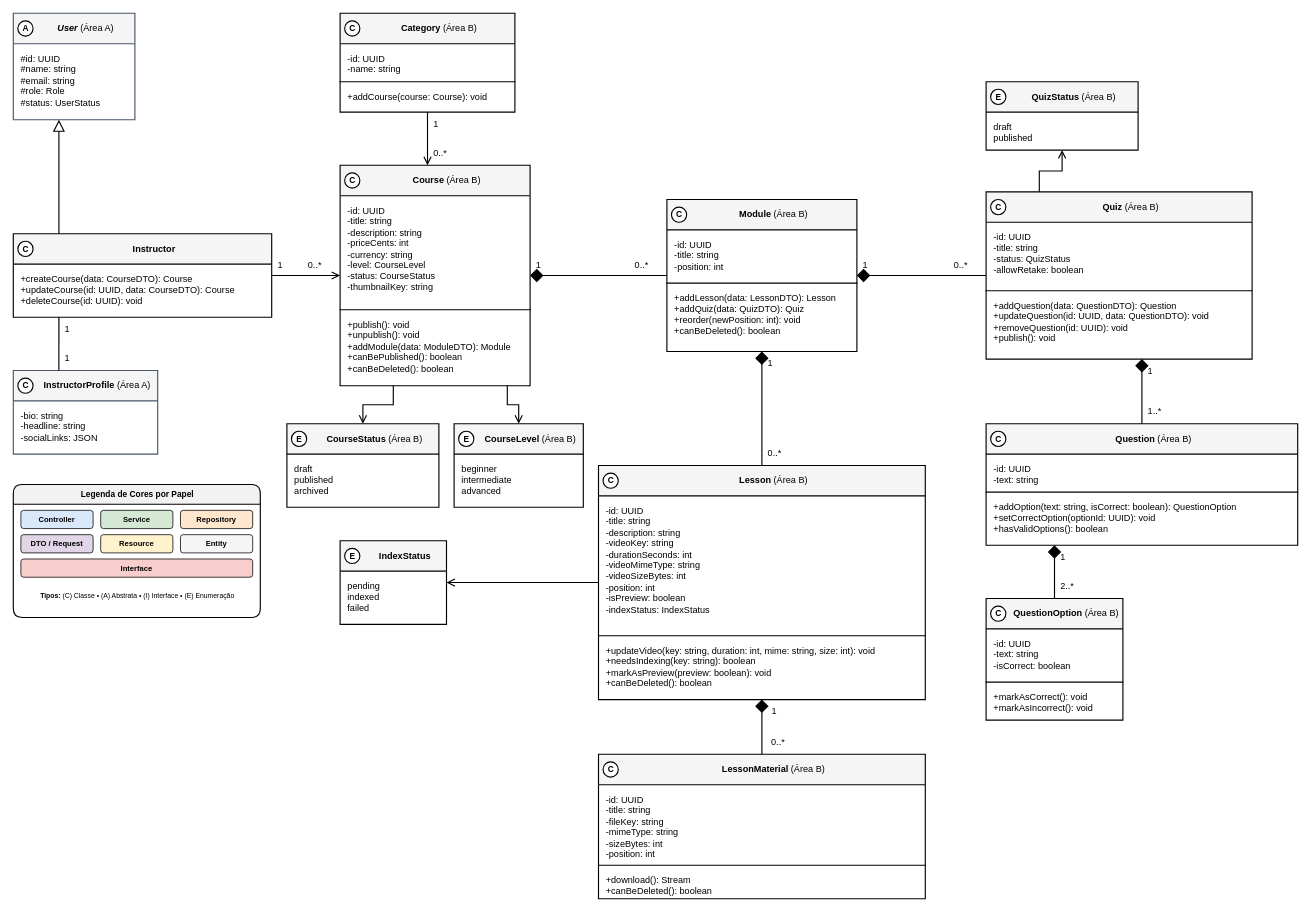
This is especificacao/diagramas/13-classes-area-b-negocial.drawio from Plataforma-de-Cursos-TCC/plataforma-cursos-docs, a draw.io file, before an edit. Source tidied: cells renumbered, new cells numbered last; positions are measured from the earlier drawing's top-left corner, leaving out a move shared by most shapes. Both pictures are drawn from the tidied source at 76%, with x=0, y=0 at pixel (13, 13).
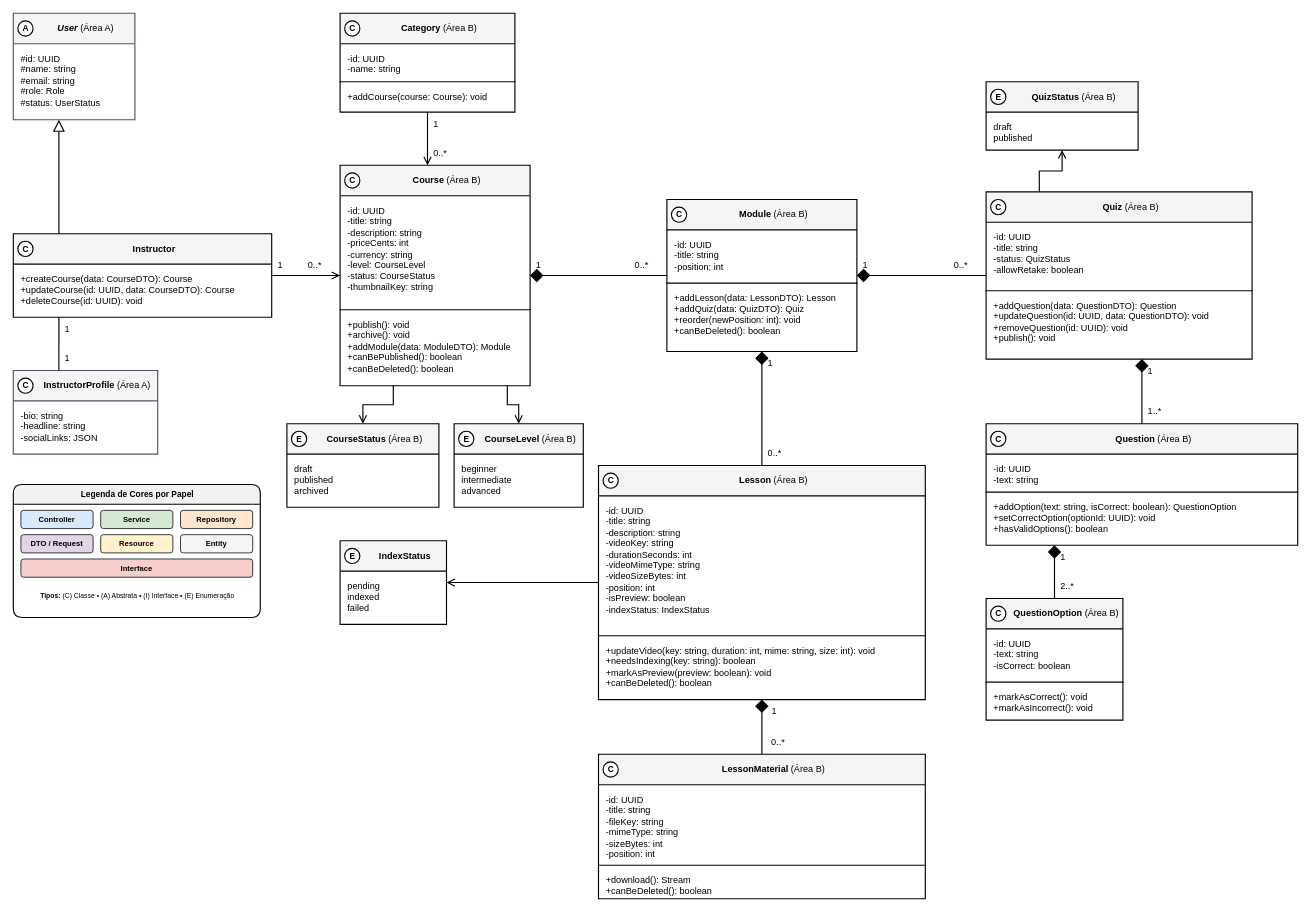
After the change.

Commit message (it also covers changes not shown here):
docs(spec): remove return to draft when enrolled and replace unpublish with archive

The change refers to these unchanged cells:
```xml
<mxCell id="11" value="&lt;b&gt;Course&lt;/b&gt; (Área B)" style="swimlane;html=1;fontStyle=0;align=center;verticalAlign=middle;startSize=40;fillColor=#F5F5F5;swimlaneFillColor=#FFFFFF;strokeColor=#000000;strokeWidth=1.5;fontFamily=Helvetica;fontSize=12;fontColor=#000000;rounded=0;spacingLeft=30;" parent="1" vertex="1">
  <mxGeometry x="430" y="200" width="250" height="290" as="geometry" />
</mxCell>
```

The edit, as a diff of the source:
```diff
@@
-    <mxCell id="13" value="+publish(): void&lt;br&gt;+unpublish(): void&lt;br&gt;+addModule(data: ModuleDTO): Module&lt;br&gt;+canBePublished(): boolean&lt;br&gt;+canBeDeleted(): boolean" style="shape=partialRectangle;top=1;bottom=0;left=0;right=0;text;html=1;strokeColor=#000000;strokeWidth=1.5;fillColor=none;align=left;verticalAlign=top;spacingLeft=8;spacingRight=8;spacingTop=6;fontSize=12;fontFamily=Helvetica;fontColor=#000000;" parent="11" vertex="1">
+    <mxCell id="13" value="+publish(): void&lt;br&gt;+archive(): void&lt;br&gt;+addModule(data: ModuleDTO): Module&lt;br&gt;+canBePublished(): boolean&lt;br&gt;+canBeDeleted(): boolean" style="shape=partialRectangle;top=1;bottom=0;left=0;right=0;text;html=1;strokeColor=#000000;strokeWidth=1.5;fillColor=none;align=left;verticalAlign=top;spacingLeft=8;spacingRight=8;spacingTop=6;fontSize=12;fontFamily=Helvetica;fontColor=#000000;" parent="11" vertex="1">
       <mxGeometry y="190" width="250" height="100" as="geometry" />
     </mxCell>
```
